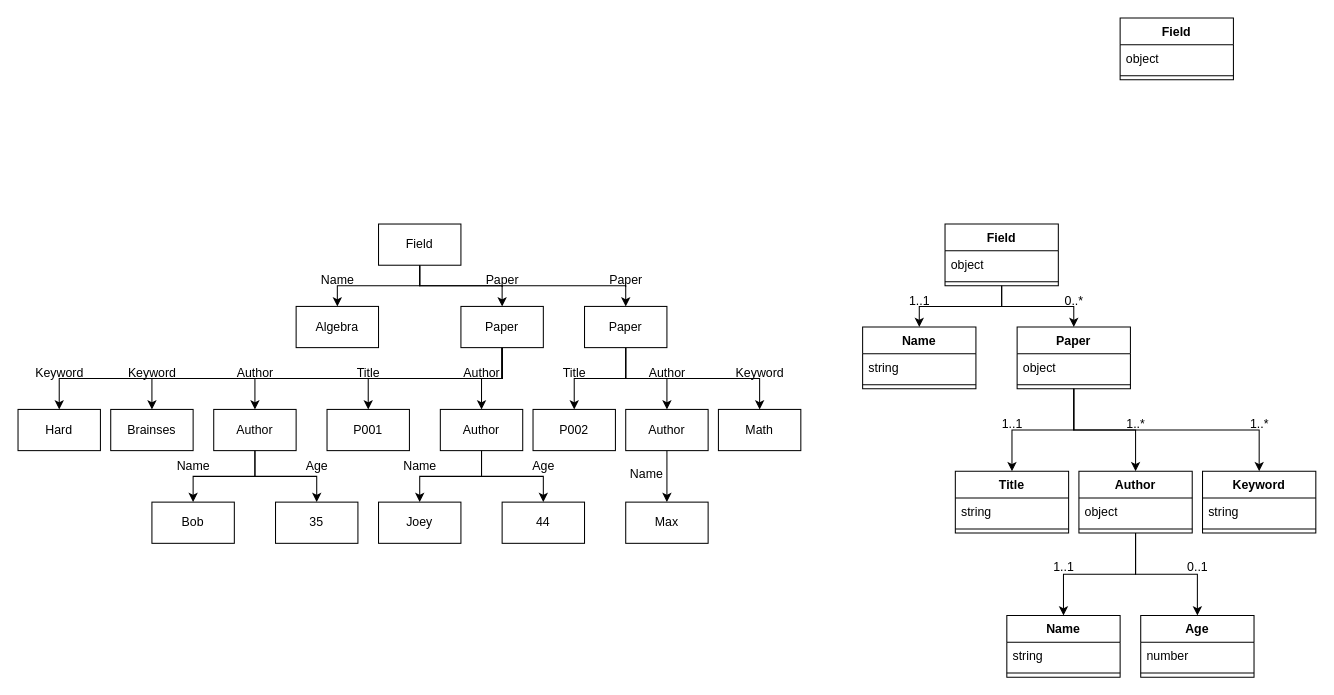
This is page "MetaFormat" (4 of 5) of MetaMake.drawio from SaNuelson/MetaMake, a draw.io file, before an edit. Source tidied: cells renumbered, new cells numbered last; positions are measured from the earlier drawing's top-left corner, leaving out a move shared by most shapes. Both pictures are drawn from the tidied source at 103%, with x=0, y=0 at pixel (18, 18).
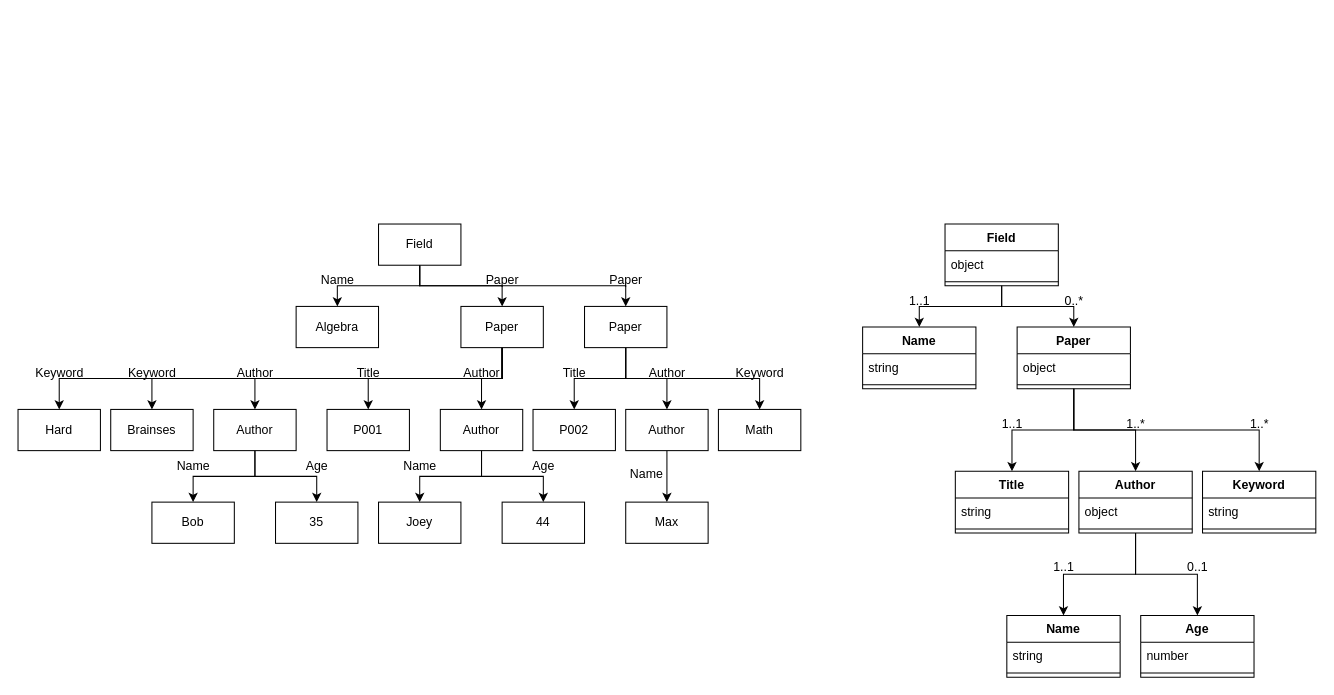
Above is the later version.

What changed in the source:
```diff
@@
-    <mxCell id="89" value="Field" style="swimlane;fontStyle=1;align=center;verticalAlign=top;horizontal=1;startSize=26;whiteSpace=wrap;html=1;" parent="1" vertex="1">
-      <mxGeometry x="1070" width="110" height="60" as="geometry" />
-    </mxCell>
-    <mxCell id="90" value="object" style="text;strokeColor=none;fillColor=none;align=left;verticalAlign=top;spacingLeft=4;spacingRight=4;overflow=hidden;whiteSpace=wrap;html=1;" parent="89" vertex="1">
-      <mxGeometry y="26" width="110" height="26" as="geometry" />
-    </mxCell>
-    <mxCell id="91" style="line;strokeWidth=1;fillColor=none;align=left;verticalAlign=middle;spacingTop=-1;spacingLeft=3;spacingRight=3;labelPosition=right;strokeColor=inherit;" parent="89" vertex="1">
-      <mxGeometry y="52" width="110" height="8" as="geometry" />
-    </mxCell>
```
